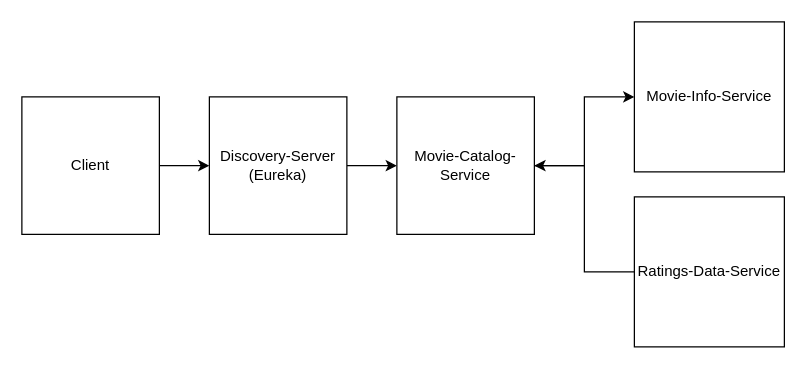
The draw.io diagram Untitled Diagram.drawio in vprashant3/spring-boot-2, before the edit. Source tidied: cells renumbered, new cells numbered last; positions are measured from the earlier drawing's top-left corner, leaving out a move shared by most shapes. Both pictures are drawn from the tidied source at 125%, with x=0, y=0 at pixel (21, 21).
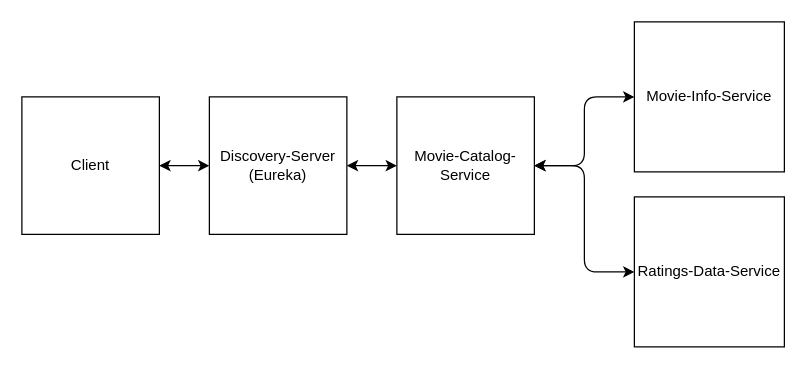
The same diagram, later.

What changed in the source:
```diff
@@
 <mxGraphModel>
   <root>
     <mxCell id="0" />
     <mxCell id="1" parent="0" />
-    <mxCell id="2" style="edgeStyle=orthogonalEdgeStyle;rounded=0;jettySize=auto;html=1;exitX=1;exitY=0.5;exitDx=0;exitDy=0;entryX=0;entryY=0.5;entryDx=0;entryDy=0;" parent="1" edge="1" source="3" target="5">
-      <mxGeometry relative="1" as="geometry" />
-    </mxCell>
     <mxCell id="3" value="Client" style="whiteSpace=wrap;html=1;" parent="1" vertex="1">
       <mxGeometry y="60" width="110" height="110" as="geometry" />
     </mxCell>
-    <mxCell id="4" style="edgeStyle=orthogonalEdgeStyle;rounded=0;jettySize=auto;html=1;exitX=1;exitY=0.5;exitDx=0;exitDy=0;entryX=0;entryY=0.5;entryDx=0;entryDy=0;" parent="1" edge="1" source="5" target="10">
-      <mxGeometry relative="1" as="geometry" />
-    </mxCell>
     <mxCell id="5" value="Discovery-Server&lt;br&gt;(Eureka)" style="whiteSpace=wrap;html=1;" parent="1" vertex="1">
       <mxGeometry x="150" y="60" width="110" height="110" as="geometry" />
     </mxCell>
-    <mxCell id="6" style="edgeStyle=orthogonalEdgeStyle;rounded=0;jettySize=auto;html=1;entryX=1;entryY=0.5;entryDx=0;entryDy=0;" parent="1" edge="1" source="7" target="10">
-      <mxGeometry relative="1" as="geometry" />
-    </mxCell>
     <mxCell id="7" value="Ratings-Data-Service" style="whiteSpace=wrap;html=1;" parent="1" vertex="1">
       <mxGeometry x="490" y="140" width="120" height="120" as="geometry" />
     </mxCell>
     <mxCell id="8" value="Movie-Info-Service" style="whiteSpace=wrap;html=1;" parent="1" vertex="1">
       <mxGeometry x="490" width="120" height="120" as="geometry" />
     </mxCell>
+    <mxCell id="10" value="Movie-Catalog-Service&lt;br&gt;" style="whiteSpace=wrap;html=1;" parent="1" vertex="1">
+      <mxGeometry x="300" y="60" width="110" height="110" as="geometry" />
+    </mxCell>
+    <mxCell id="11" style="endArrow=classic;startArrow=classic;html=1;entryX=0;entryY=0.5;entryDx=0;entryDy=0;exitX=1;exitY=0.5;exitDx=0;exitDy=0;" parent="1" edge="1" source="10" target="7">
+      <mxGeometry relative="1" as="geometry">
+        <Array as="points">
+          <mxPoint x="450" y="115" />
+          <mxPoint x="450" y="200" />
+        </Array>
+      </mxGeometry>
+    </mxCell>
+    <mxCell id="4" style="endArrow=classic;startArrow=classic;html=1;exitX=1;exitY=0.5;exitDx=0;exitDy=0;entryX=0;entryY=0.5;entryDx=0;entryDy=0;" parent="1" edge="1" source="5" target="10">
+      <mxGeometry relative="1" as="geometry" />
+    </mxCell>
+    <mxCell id="12" style="endArrow=classic;startArrow=classic;html=1;entryX=1;entryY=0.5;entryDx=0;entryDy=0;exitX=0;exitY=0.5;exitDx=0;exitDy=0;" parent="1" edge="1" source="5" target="3">
+      <mxGeometry relative="1" as="geometry" />
+    </mxCell>
-    <mxCell id="9" style="edgeStyle=orthogonalEdgeStyle;rounded=0;jettySize=auto;html=1;exitX=1;exitY=0.5;exitDx=0;exitDy=0;entryX=0;entryY=0.5;entryDx=0;entryDy=0;" parent="1" edge="1" source="10" target="8">
-      <mxGeometry relative="1" as="geometry" />
+    <mxCell id="9" style="endArrow=classic;startArrow=classic;html=1;exitX=1;exitY=0.5;exitDx=0;exitDy=0;entryX=0;entryY=0.5;entryDx=0;entryDy=0;" parent="1" edge="1" source="10" target="8">
+      <mxGeometry relative="1" as="geometry">
+        <Array as="points">
+          <mxPoint x="450" y="115" />
+          <mxPoint x="450" y="60" />
+        </Array>
+      </mxGeometry>
     </mxCell>
-    <mxCell id="10" value="Movie-Catalog-Service&lt;br&gt;" style="whiteSpace=wrap;html=1;" parent="1" vertex="1">
-      <mxGeometry x="300" y="60" width="110" height="110" as="geometry" />
-    </mxCell>
   </root>
 </mxGraphModel>
```
